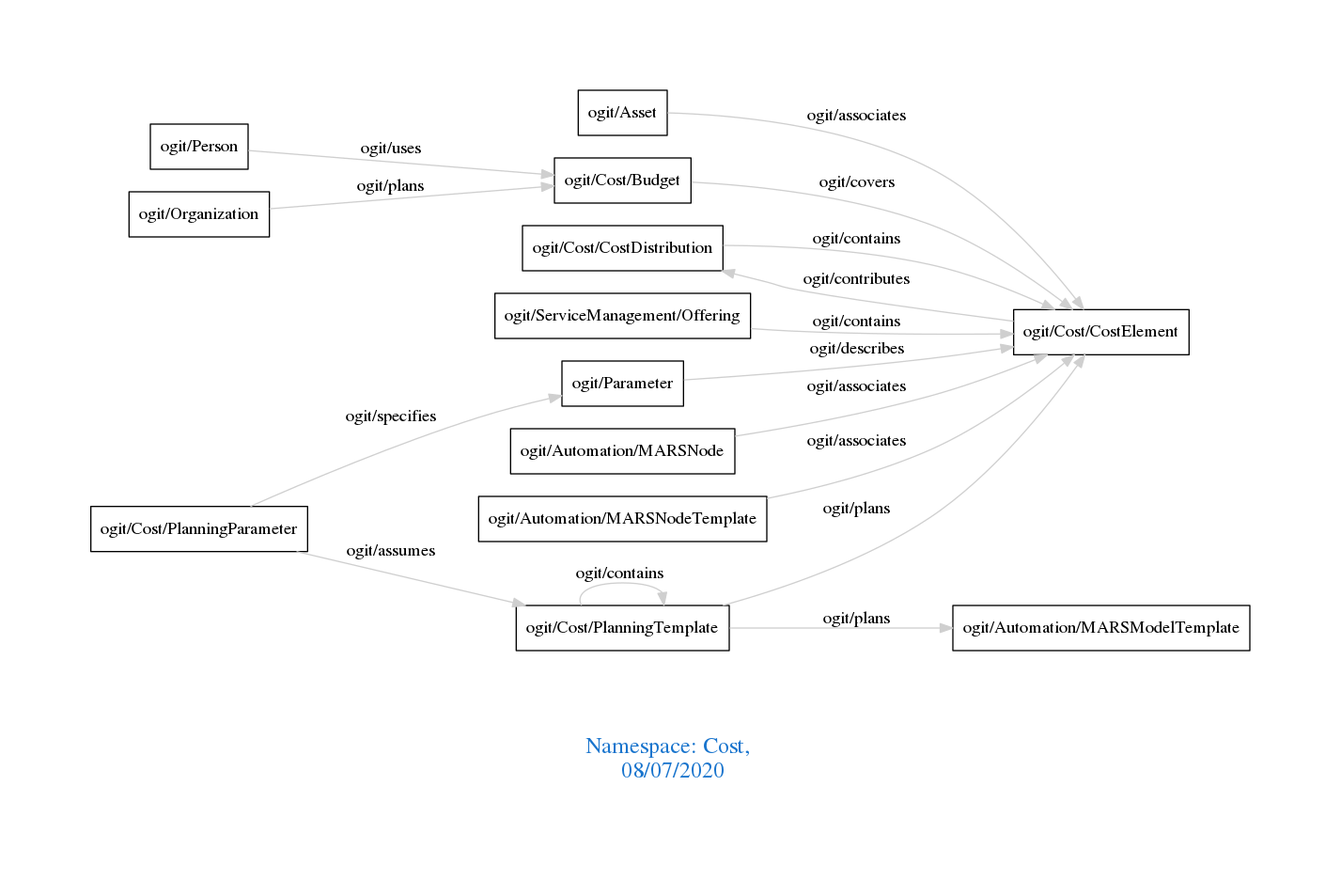
This is downloads/Cost.png from arago/OGIT, a Graphviz export, as it was before one commit. Its source is kept beside it as downloads/Cost.dot.
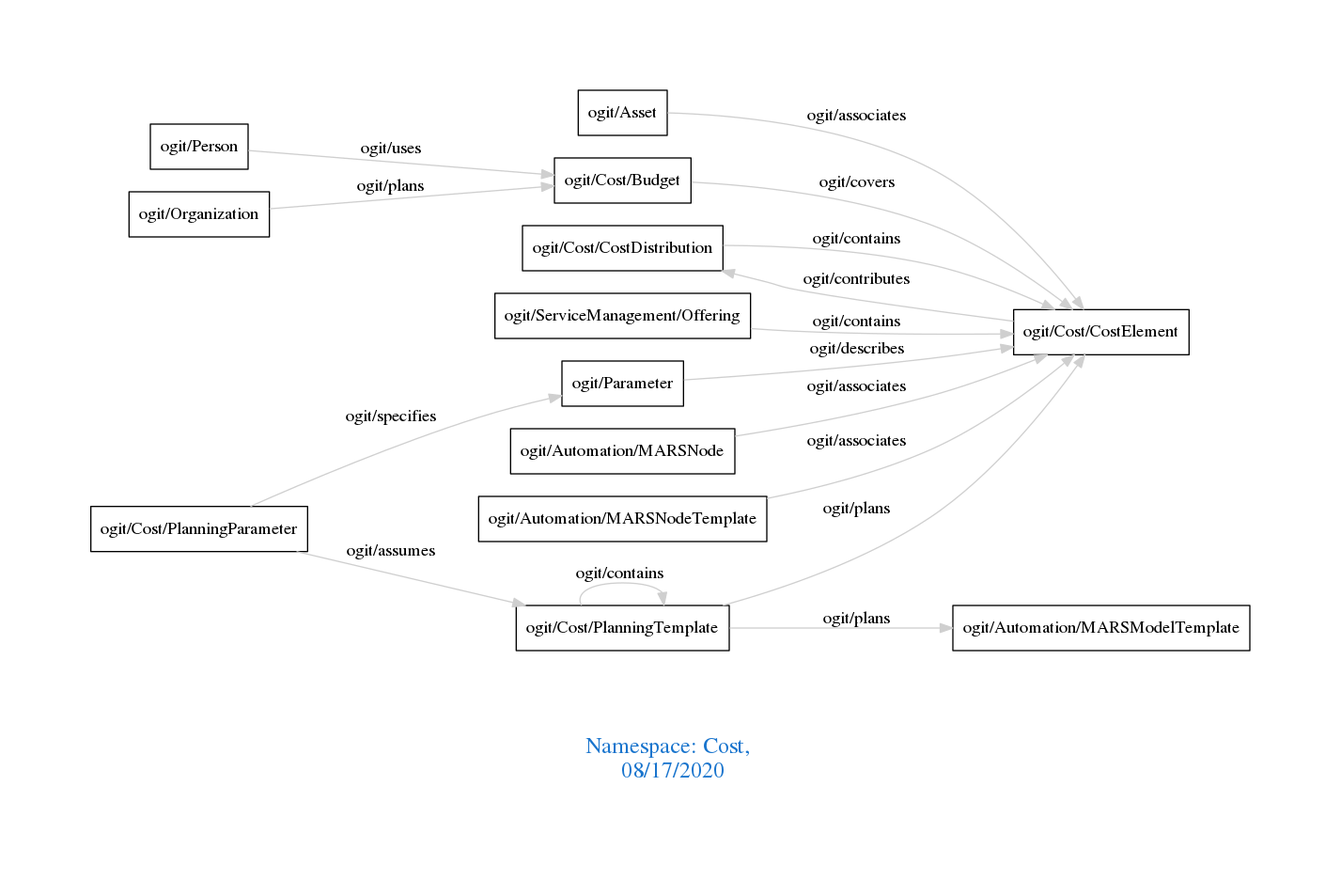
Later version of the same file.

What changed in the source:
```diff
@@ -1,7 +1,7 @@
 digraph OGIT_ontology {
  graph [ rankdir= LR,pad=1
 fontsize = 18,
-fontcolor= dodgerblue3,label = "\n\n\nNamespace: Cost, \n 08/07/2020"];
+fontcolor= dodgerblue3,label = "\n\n\nNamespace: Cost, \n 08/17/2020"];
 node[shape=polygon];
 edge [  color="gray81"];
 
```
